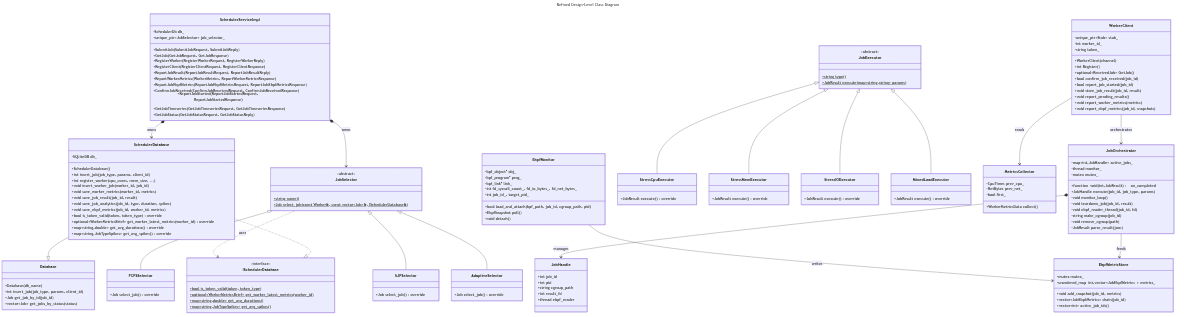
Before: report/figures/class-design.png, a diagram exported from Mermaid (sandeshkhadka/distributed-job-scheduler). Its source is kept beside it as report/diagrams/class-design.mmd.
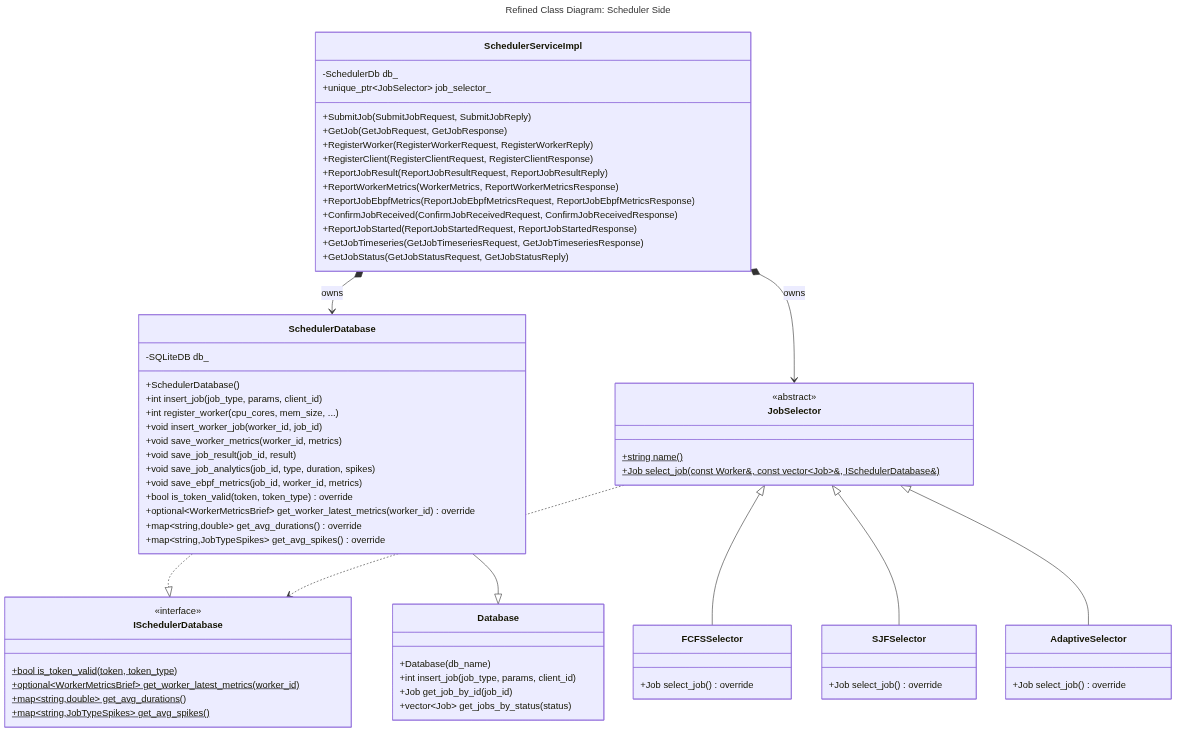
After the change.

Change to the diagram source:
```diff
@@ -1,5 +1,5 @@
 ---
-title: Refined Design-Level Class Diagram
+title: "Refined Class Diagram: Scheduler Side"
 ---
 classDiagram
     class SchedulerServiceImpl {
@@ -67,91 +67,6 @@
         +vector~Job~ get_jobs_by_status(status)
     }
 
-    class WorkerClient {
-        -unique_ptr~Stub~ stub_
-        -int worker_id_
-        -string token_
-        +WorkerClient(channel)
-        +int Register()
-        +optional~ReceivedJob~ GetJob()
-        +bool confirm_job_received(job_id)
-        +bool report_job_started(job_id)
-        +void store_job_result(job_id, result)
-        +void report_pending_results()
-        +void report_worker_metrics(metrics)
-        +void report_ebpf_metrics(job_id, snapshots)
-    }
-
-    class JobOrchestrator {
-        -map~int,JobHandle~ active_jobs_
-        -thread monitor_
-        -mutex mutex_
-        +function~void(int,JobResult)~ on_completed
-        +JobHandle execute(job_id, job_type, params)
-        -void monitor_loop()
-        -void teardown_job(job_id, result)
-        -void ebpf_reader_thread(job_id, fd)
-        -string make_cgroup(job_id)
-        -void remove_cgroup(path)
-        -JobResult parse_result(json)
-    }
-
-    class JobHandle {
-        +int job_id
-        +int pid
-        +string cgroup_path
-        +int result_fd
-        +thread ebpf_reader
-    }
-
-    class JobExecutor {
-        <<abstract>>
-        +string type()$
-        +JobResult execute(map~string,string~ params)$
-    }
-
-    class StressCpuExecutor {
-        +JobResult execute() override
-    }
-
-    class StressMemExecutor {
-        +JobResult execute() override
-    }
-
-    class StressIOExecutor {
-        +JobResult execute() override
-    }
-
-    class MixedLoadExecutor {
-        +JobResult execute() override
-    }
-
-    class MetricsCollector {
-        -CpuTimes prev_cpu_
-        -NetBytes prev_net_
-        -bool first_
-        +WorkerMetricsData collect()
-    }
-
-    class EbpfMonitor {
-        -bpf_object* obj_
-        -bpf_program* prog_
-        -bpf_link* link_
-        -int fd_syscall_count_, fd_io_bytes_, fd_net_bytes_
-        -int job_id_, target_pid_
-        +bool load_and_attach(bpf_path, job_id, cgroup_path, pid)
-        +EbpfSnapshot poll()
-        +void detach()
-    }
-
-    class EbpfMetricStore {
-        -mutex mutex_
-        -unordered_map~int,vector~JobEbpfMetrics~~ metrics_
-        +void add_snapshot(job_id, metrics)
-        +vector~JobEbpfMetrics~ drain(job_id)
-        +vector~int~ active_job_ids()
-    }
-
     SchedulerServiceImpl *--> SchedulerDatabase : owns
     SchedulerServiceImpl *--> JobSelector : owns
     SchedulerDatabase ..|> ISchedulerDatabase
@@ -160,14 +75,3 @@
     JobSelector <|-- SJFSelector
     JobSelector <|-- AdaptiveSelector
     JobSelector ..> ISchedulerDatabase : uses
-
-    JobExecutor <|-- StressCpuExecutor
-    JobExecutor <|-- StressMemExecutor
-    JobExecutor <|-- StressIOExecutor
-    JobExecutor <|-- MixedLoadExecutor
-
-    JobOrchestrator *--> JobHandle : manages
-    JobOrchestrator --> EbpfMetricStore : feeds
-    WorkerClient --> JobOrchestrator : orchestrates
-    WorkerClient --> MetricsCollector : reads
-    EbpfMonitor --> EbpfMetricStore : writes
```
